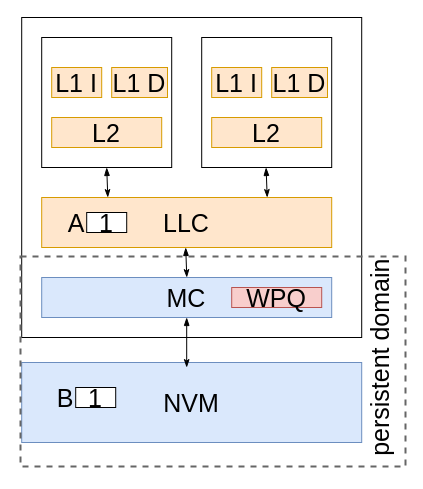
Before: fig1_1.drawio in arunkp1986/CAR3S, a draw.io diagram. Source tidied: cells renumbered, new cells numbered last; positions are measured from the earlier drawing's top-left corner, leaving out a move shared by most shapes. Both pictures are drawn from the tidied source at 100%, with x=0, y=0 at pixel (20, 17).
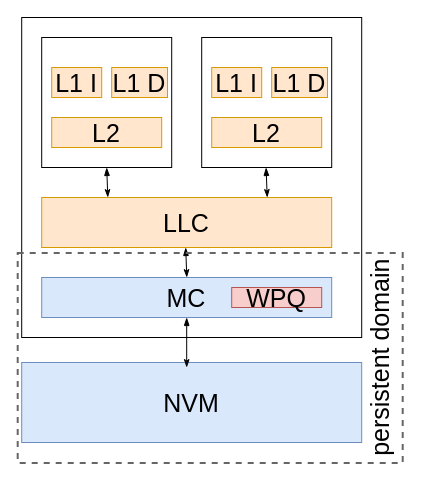
The same page after the edit.

Change to the diagram source:
```diff
@@
-    <mxCell id="19" value="1" style="rounded=0;whiteSpace=wrap;html=1;fontSize=25;align=center;fontStyle=0;" parent="1" vertex="1">
-      <mxGeometry x="55.2" y="370" width="40" height="20" as="geometry" />
-    </mxCell>
-    <mxCell id="20" value="1" style="rounded=0;whiteSpace=wrap;html=1;fontSize=25;align=center;fontStyle=0;" parent="1" vertex="1">
-      <mxGeometry x="66.2" y="195" width="40" height="20" as="geometry" />
-    </mxCell>
-    <mxCell id="21" value="A" style="text;html=1;strokeColor=none;fillColor=none;align=center;verticalAlign=middle;whiteSpace=wrap;rounded=0;fontSize=25;fontStyle=0;" parent="1" vertex="1">
-      <mxGeometry x="36.2" y="195" width="40" height="20" as="geometry" />
-    </mxCell>
-    <mxCell id="22" value="B" style="text;html=1;strokeColor=none;fillColor=none;align=center;verticalAlign=middle;whiteSpace=wrap;rounded=0;fontSize=25;fontStyle=0;" parent="1" vertex="1">
-      <mxGeometry x="25.2" y="370" width="40" height="20" as="geometry" />
-    </mxCell>
     <mxCell id="23" style="rounded=0;whiteSpace=wrap;html=1;fontSize=25;strokeWidth=2;strokeColor=#666666;fontColor=#333333;fontStyle=0;fillColor=none;dashed=1;" parent="1" vertex="1">
-      <mxGeometry y="239" width="385" height="210" as="geometry" />
+      <mxGeometry x="-2.8" y="235.5" width="385" height="210" as="geometry" />
     </mxCell>
```
